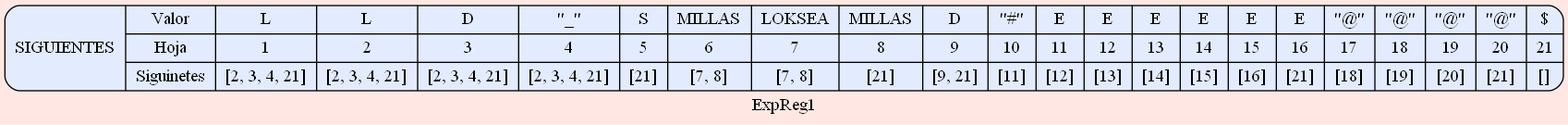
Before: SIGUIENTES_202000119/Siguientes_ExpReg1.png, a diagram exported from Graphviz (SergieArizandieta/OLC1-P1-202000119). Its source is kept beside it as SIGUIENTES_202000119/Siguientes_ExpReg1.dot.
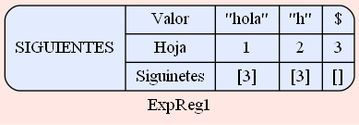
Above is the later version.

Diff of the diagram source:
```diff
@@ -3,26 +3,8 @@
  node [shape=Mrecord fillcolor="#E3EBFF" style =filled];
 label ="ExpReg1"
 struct1 [label="SIGUIENTES| { Valor | Hoja| Siguinetes } |
-{ L| 1 | [2, 3, 4, 21]}|
-{ L| 2 | [2, 3, 4, 21]}|
-{ D| 3 | [2, 3, 4, 21]}|
-{ \"_\"| 4 | [2, 3, 4, 21]}|
-{ S| 5 | [21]}|
-{ MILLAS| 6 | [7, 8]}|
-{ LOKSEA| 7 | [7, 8]}|
-{ MILLAS| 8 | [21]}|
-{ D| 9 | [9, 21]}|
-{ \"#\"| 10 | [11]}|
-{ E| 11 | [12]}|
-{ E| 12 | [13]}|
-{ E| 13 | [14]}|
-{ E| 14 | [15]}|
-{ E| 15 | [16]}|
-{ E| 16 | [21]}|
-{ \"@\"| 17 | [18]}|
-{ \"@\"| 18 | [19]}|
-{ \"@\"| 19 | [20]}|
-{ \"@\"| 20 | [21]}|
-{ $| 21 | []}
+{ \"hola\"| 1 | [3]}|
+{ \"h\"| 2 | [3]}|
+{ $| 3 | []}
 "];
  }
```
